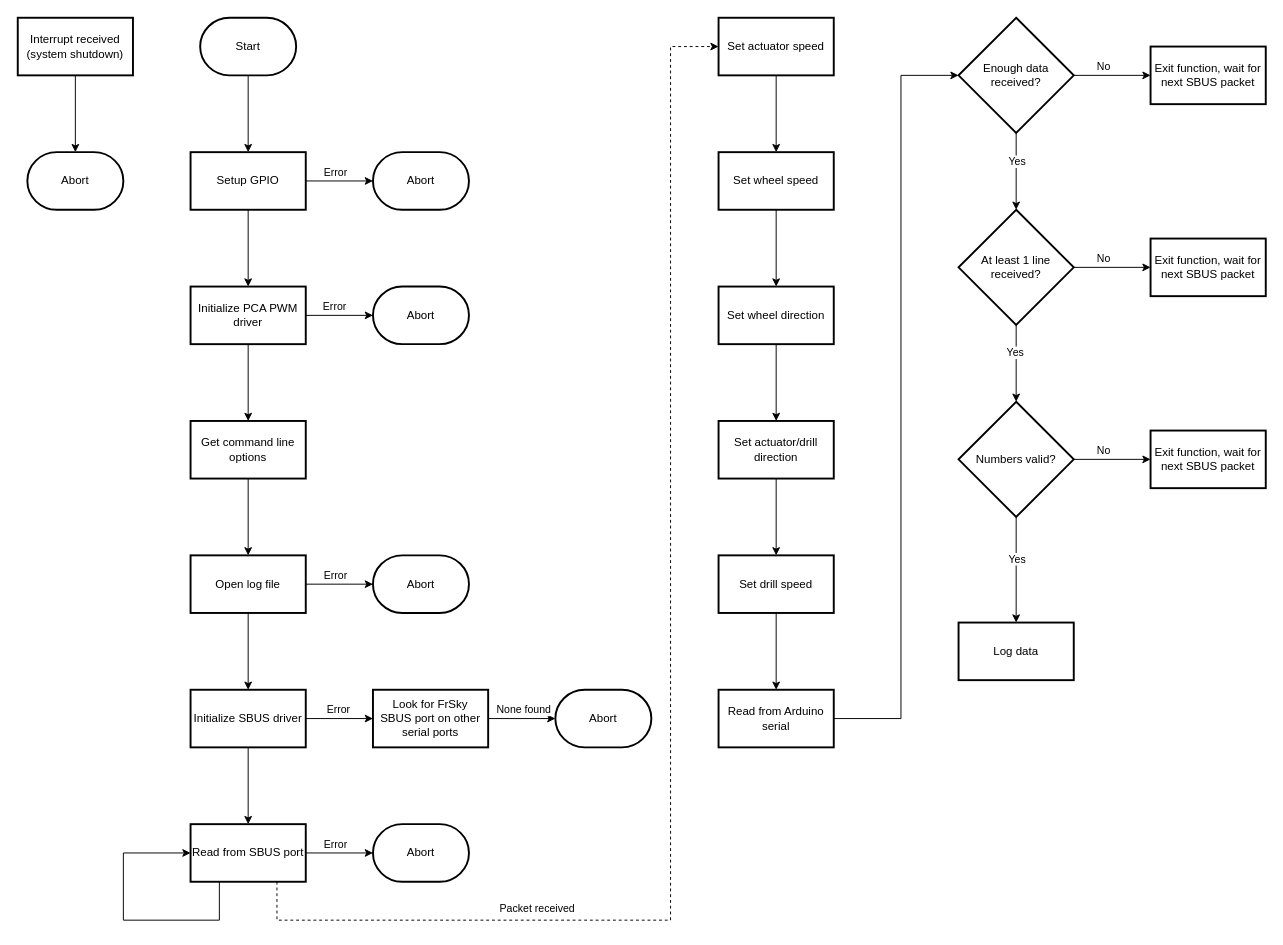
The draw.io diagram ROV Code overview.drawio in vrr8483/P21321, before the edit. Source tidied: cells renumbered, new cells numbered last; positions are measured from the earlier drawing's top-left corner, leaving out a move shared by most shapes. Both pictures are drawn from the tidied source at 96%, with x=0, y=0 at pixel (17, 17).
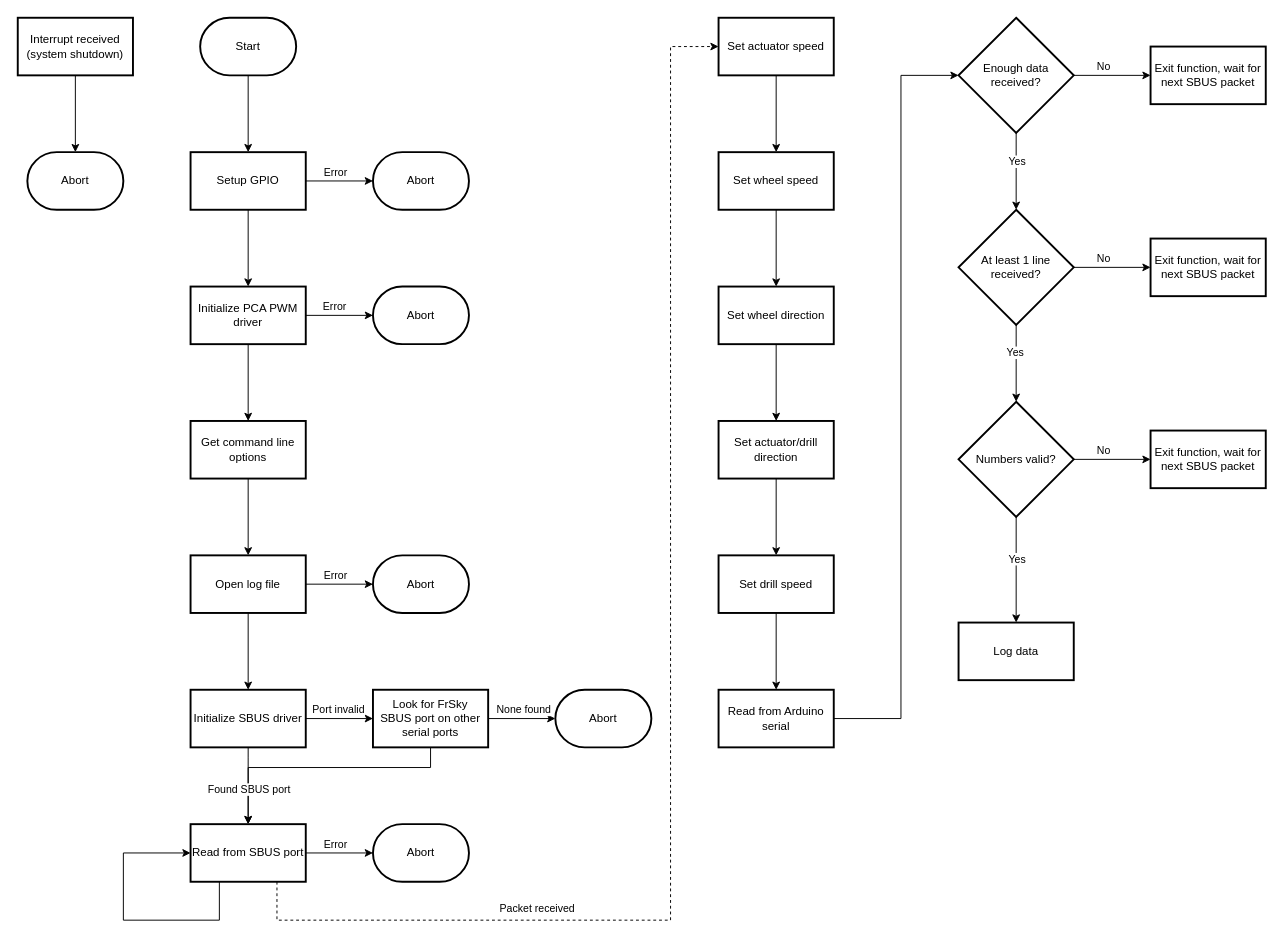
The same diagram, later.

The change refers to these unchanged cells:
```xml
<mxCell id="21" style="edgeStyle=orthogonalEdgeStyle;rounded=0;jettySize=auto;html=1;entryX=0;entryY=0.5;entryDx=0;entryDy=0;" parent="1" edge="1" source="24" target="28">
  <mxGeometry relative="1" as="geometry" />
</mxCell>
<mxCell id="24" value="Initialize SBUS driver" style="whiteSpace=wrap;html=1;strokeWidth=2;" parent="1" vertex="1">
  <mxGeometry x="180" y="700" width="120" height="60" as="geometry" />
</mxCell>
<mxCell id="28" value="&lt;div&gt;Look for FrSky &lt;br&gt;&lt;/div&gt;&lt;div&gt;SBUS port on other serial ports&lt;/div&gt;" style="whiteSpace=wrap;html=1;strokeWidth=2;" parent="1" vertex="1">
  <mxGeometry x="370" y="700" width="120" height="60" as="geometry" />
</mxCell>
<mxCell id="33" value="Read from SBUS port" style="whiteSpace=wrap;html=1;strokeWidth=2;" parent="1" vertex="1">
  <mxGeometry x="180" y="840" width="120" height="60" as="geometry" />
</mxCell>
```

Change to the diagram source:
```diff
@@
-    <mxCell id="22" value="Error" style="edgeLabel;html=1;align=center;verticalAlign=middle;" parent="21" vertex="1">
+    <mxCell id="22" value="Port invalid" style="edgeLabel;html=1;align=center;verticalAlign=middle;" parent="21" vertex="1">
       <mxGeometry x="-0.25" y="1" relative="1" as="geometry">
         <mxPoint x="7.2" y="-9" as="offset" />
       </mxGeometry>
     </mxCell>
-    <mxCell id="23" style="edgeStyle=orthogonalEdgeStyle;rounded=0;jettySize=auto;html=1;" parent="1" edge="1" source="24" target="33">
-      <mxGeometry relative="1" as="geometry" />
-    </mxCell>
@@
+    <mxCell id="70" style="edgeStyle=orthogonalEdgeStyle;rounded=0;jettySize=auto;html=1;entryX=0.5;entryY=0;entryDx=0;entryDy=0;" parent="1" edge="1" source="28" target="33">
+      <mxGeometry relative="1" as="geometry">
+        <Array as="points">
+          <mxPoint x="430" y="781" />
+          <mxPoint x="240" y="781" />
+        </Array>
+      </mxGeometry>
+    </mxCell>
@@
+    <mxCell id="23" style="edgeStyle=orthogonalEdgeStyle;rounded=0;jettySize=auto;html=1;" parent="1" edge="1" source="24" target="33">
+      <mxGeometry relative="1" as="geometry">
+        <Array as="points">
+          <mxPoint x="240" y="771" />
+          <mxPoint x="240" y="771" />
+        </Array>
+      </mxGeometry>
+    </mxCell>
+    <mxCell id="71" value="Found SBUS port" style="edgeLabel;html=1;align=center;verticalAlign=middle;" parent="23" vertex="1">
+      <mxGeometry x="-0.28" relative="1" as="geometry">
+        <mxPoint y="14" as="offset" />
+      </mxGeometry>
+    </mxCell>
```
